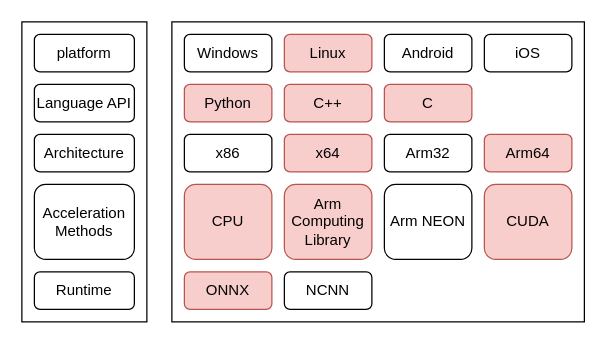
This is runtime.drawio from foreignbill/drawio, a draw.io file, before an edit. Source tidied: cells renumbered, new cells numbered last; positions are measured from the earlier drawing's top-left corner, leaving out a move shared by most shapes. Both pictures are drawn from the tidied source at 125%, with x=0, y=0 at pixel (21, 21).
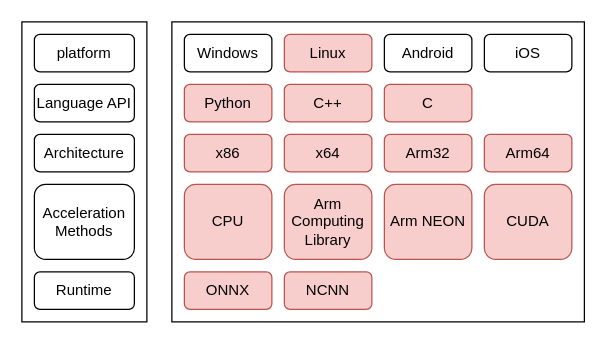
After the change.

Change to the diagram source:
```diff
@@
-    <mxCell id="12" value="x86" style="rounded=1;whiteSpace=wrap;html=1;" parent="1" vertex="1">
+    <mxCell id="12" value="x86" style="rounded=1;whiteSpace=wrap;html=1;fillColor=#f8cecc;strokeColor=#b85450;" parent="1" vertex="1">
       <mxGeometry x="130" y="90" width="70" height="30" as="geometry" />
     </mxCell>
@@
-    <mxCell id="14" value="Arm32" style="rounded=1;whiteSpace=wrap;html=1;" parent="1" vertex="1">
+    <mxCell id="14" value="Arm32" style="rounded=1;whiteSpace=wrap;html=1;fillColor=#f8cecc;strokeColor=#b85450;" parent="1" vertex="1">
       <mxGeometry x="290" y="90" width="70" height="30" as="geometry" />
     </mxCell>
@@
-    <mxCell id="19" value="Arm NEON" style="rounded=1;whiteSpace=wrap;html=1;" parent="1" vertex="1">
+    <mxCell id="19" value="Arm NEON" style="rounded=1;whiteSpace=wrap;html=1;fillColor=#f8cecc;strokeColor=#b85450;" parent="1" vertex="1">
       <mxGeometry x="290" y="130" width="70" height="60" as="geometry" />
     </mxCell>
@@
-    <mxCell id="26" value="NCNN" style="rounded=1;whiteSpace=wrap;html=1;" parent="1" vertex="1">
+    <mxCell id="26" value="NCNN" style="rounded=1;whiteSpace=wrap;html=1;fillColor=#f8cecc;strokeColor=#b85450;" parent="1" vertex="1">
       <mxGeometry x="210" y="200" width="70" height="30" as="geometry" />
     </mxCell>
```
